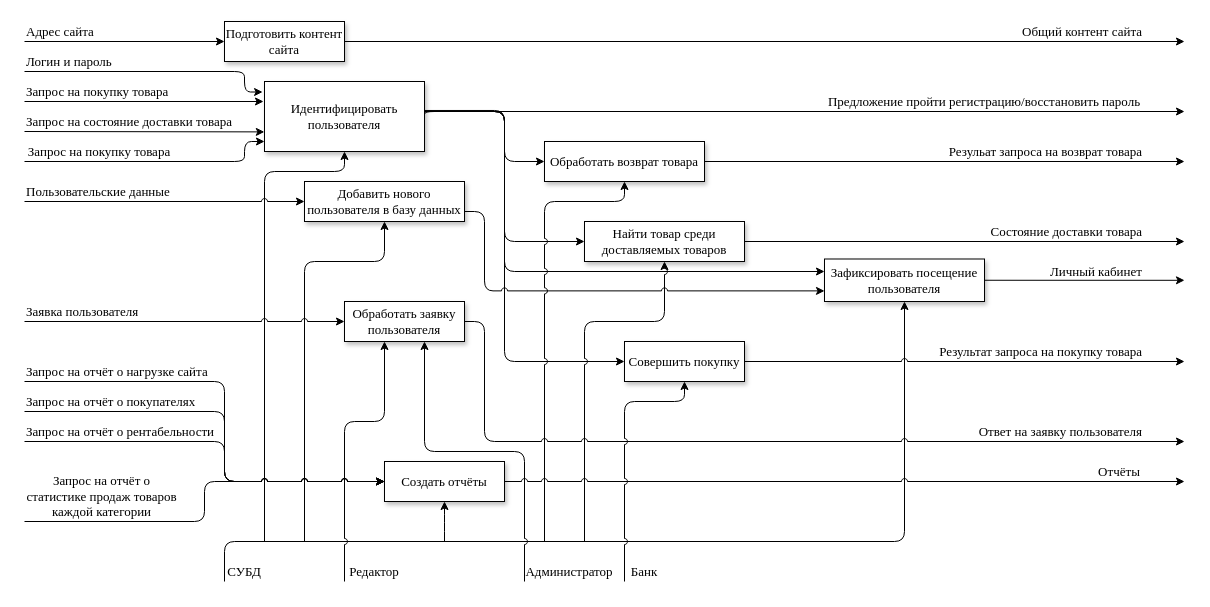
Before: Схемы/idef0_level_2/idef0_level_2.drawio in Derzhavin/SDaAoSS, a draw.io diagram. Source tidied: cells renumbered, new cells numbered last; positions are measured from the earlier drawing's top-left corner, leaving out a move shared by most shapes. Both pictures are drawn from the tidied source at 100%, with x=0, y=0 at pixel (24, 21).
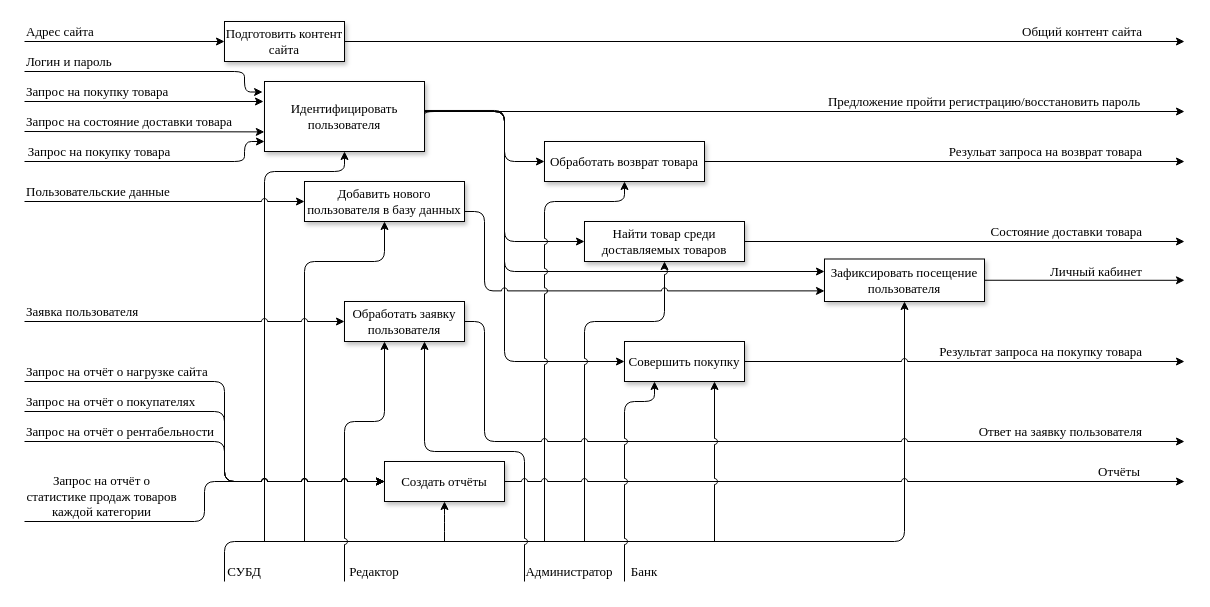
Above is the later version.

Commit message (it also covers changes not shown here):
added idef0 level 2 A8, editted level 1

Unchanged cells that the change refers to:
```xml
<mxCell id="13" value="&lt;h1 style=&quot;font-size: 13px&quot;&gt;&lt;span style=&quot;font-weight: 400&quot;&gt;Совершить покупку&lt;/span&gt;&lt;/h1&gt;" style="whiteSpace=wrap;html=1;align=center;rounded=0;shadow=1;glass=0;comic=0;strokeWidth=1;fontSize=1;fontFamily=Times New Roman;" parent="1" vertex="1">
  <mxGeometry x="600" y="320" width="120" height="40" as="geometry" />
</mxCell>
<mxCell id="43" value="Банк" style="text;html=1;strokeColor=none;fillColor=none;align=center;verticalAlign=middle;whiteSpace=wrap;rounded=0;shadow=1;glass=0;comic=0;fontFamily=Times New Roman;fontSize=13;" parent="1" vertex="1">
  <mxGeometry x="600" y="540" width="40" height="20" as="geometry" />
</mxCell>
```

What changed in the source:
```diff
@@
-    <mxCell id="46" style="endArrow=classic;html=1;strokeColor=#000000;fontFamily=Times New Roman;fontSize=13;exitX=0;exitY=1;exitDx=0;exitDy=0;entryX=0.5;entryY=1;entryDx=0;entryDy=0;jumpStyle=arc;edgeStyle=orthogonalEdgeStyle;" parent="1" edge="1" source="43" target="13">
+    <mxCell id="46" style="endArrow=classic;html=1;strokeColor=#000000;fontFamily=Times New Roman;fontSize=13;exitX=0;exitY=1;exitDx=0;exitDy=0;entryX=0.25;entryY=1;entryDx=0;entryDy=0;jumpStyle=arc;edgeStyle=orthogonalEdgeStyle;" parent="1" edge="1" source="43" target="13">
       <mxGeometry relative="1" as="geometry">
         <Array as="points">
           <mxPoint x="600" y="380" />
-          <mxPoint x="660" y="380" />
+          <mxPoint x="630" y="380" />
         </Array>
       </mxGeometry>
     </mxCell>
@@
+    <mxCell id="67" style="endArrow=classic;html=1;strokeColor=#000000;fontFamily=Times New Roman;fontSize=13;entryX=0.75;entryY=1;entryDx=0;entryDy=0;startArrow=none;startFill=0;jumpStyle=arc;" parent="1" edge="1" target="13">
+      <mxGeometry relative="1" as="geometry">
+        <mxPoint x="690" y="520" as="sourcePoint" />
+      </mxGeometry>
+    </mxCell>
```
